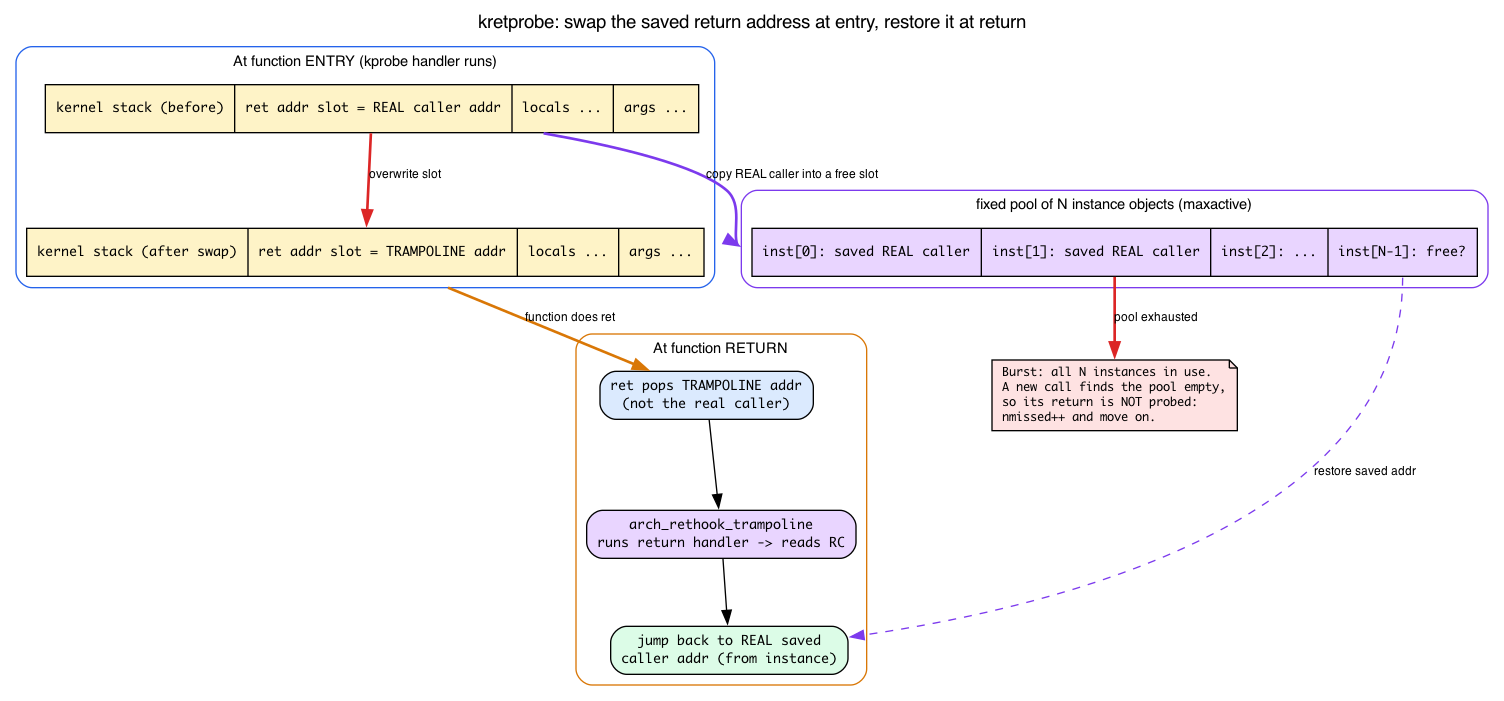
Before: ebpf/src/diagrams/day06_kretprobe_return_swap.png, a diagram exported from Graphviz (biefy/books). Its source is kept beside it as ebpf/src/diagrams/src/day06_kretprobe_return_swap.dot.
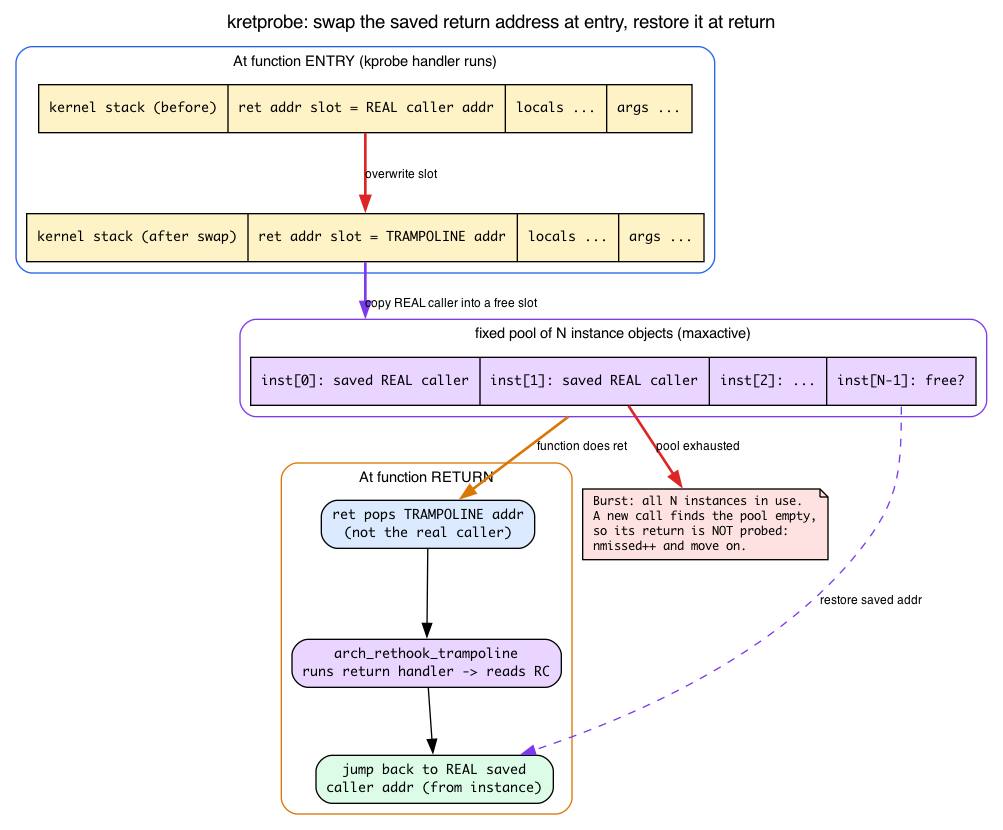
After the change.

Diff of the diagram source:
```diff
@@ -29,7 +29,7 @@
             label="<i0>inst[0]: saved REAL caller|<i1>inst[1]: saved REAL caller|<i2>inst[2]: ... |<in>inst[N-1]: free?"];
     }
 
-    stack_before -> pool:i0 [label="copy REAL caller into a free slot",
+    stack_after -> pool:i0 [label="copy REAL caller into a free slot",
         color="#7c3aed", style=bold, fontname="Helvetica", fontsize=9,
         lhead=cluster_pool];
 
@@ -47,8 +47,8 @@
         pop -> tramp -> back;
     }
 
-    stack_after -> pop [label="function does ret", color="#d97706",
-        style=bold, fontname="Helvetica", fontsize=9, ltail=cluster_entry];
+    pool -> pop [label="function does ret", color="#d97706",
+        style=bold, fontname="Helvetica", fontsize=9, ltail=cluster_pool];
     pool:in -> back [label="restore saved addr", color="#7c3aed",
         style=dashed, fontname="Helvetica", fontsize=9];
 
```
